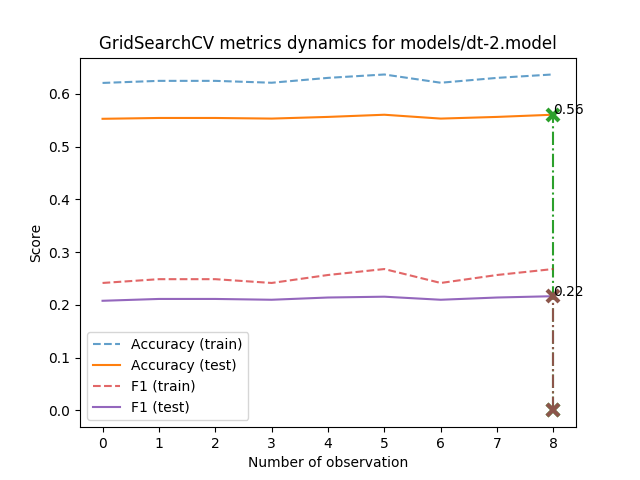
This is models/dt-2.model_metrics.png from AverHLV/diploma-computations, a Graphviz export, as it was before one commit. Its source is kept beside it as models/dt-2.model.dot.
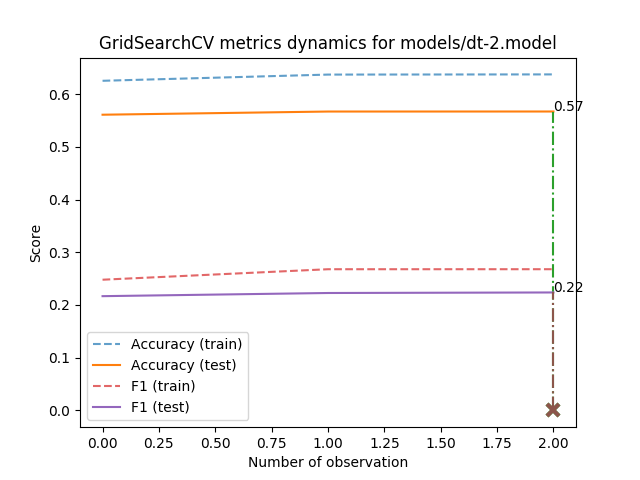
Above is the later version.

What changed in the source:
```diff
@@ -1,56 +1,56 @@
 digraph Tree {
 node [shape=box, style="filled", color="black"] ;
-0 [label="Topic <= 0.998\ngini = 0.558\nsamples = 12050\nvalue = [[30, 5162, 697, 4442, 1719]\n[320, 7297, 2441, 830, 1162]\n[141, 6553, 602, 4070, 684]\n...\n[15, 5626, 856, 3945, 1608]\n[11, 148, 62, 46, 11783]\n[17, 1989, 30, 7744, 2270]]", fillcolor="#fffdfc"] ;
-1 [label="Екогрупа <= -2.261\ngini = 0.544\nsamples = 9263\nvalue = [[26, 4626, 548, 2712, 1351]\n[274, 5765, 1741, 576, 907]\n[122, 5749, 487, 2271, 634]\n...\n[15, 4930, 457, 2504, 1357]\n[9, 129, 36, 36, 9053]\n[16, 1785, 20, 5816, 1626]]", fillcolor="#fdf7f2"] ;
+0 [label="Topic <= 0.998\ngini = 0.558\nsamples = 12050\nvalue = [[28, 5165, 718, 4400, 1739]\n[311, 7330, 2420, 806, 1183]\n[145, 6578, 592, 4043, 692]\n...\n[15, 5656, 845, 3930, 1604]\n[8, 151, 66, 50, 11775]\n[16, 2006, 26, 7797, 2205]]", fillcolor="#fffdfb"] ;
+1 [label="ОБ <= -0.236\ngini = 0.543\nsamples = 9277\nvalue = [[24, 4623, 566, 2698, 1366]\n[266, 5767, 1748, 562, 934]\n[123, 5775, 495, 2245, 639]\n...\n[15, 4928, 452, 2519, 1363]\n[7, 130, 40, 39, 9061]\n[15, 1795, 17, 5871, 1579]]", fillcolor="#fdf6f1"] ;
 0 -> 1 [labeldistance=2.5, labelangle=45, headlabel="True"] ;
-5 [label="gini = 0.491\nsamples = 478\nvalue = [[4, 111, 14, 222, 127]\n[1, 298, 69, 39, 71]\n[2, 148, 7, 270, 51]\n...\n[0, 124, 27, 203, 124]\n[0, 0, 0, 0, 478]\n[4, 22, 0, 35, 417]]", fillcolor="#f9e0ce"] ;
+5 [label="Позафракційні <= -1.95\ngini = 0.536\nsamples = 2446\nvalue = [[14, 1348, 111, 524, 449]\n[40, 1596, 278, 177, 355]\n[28, 1458, 84, 543, 333]\n...\n[7, 1238, 100, 672, 429]\n[1, 20, 8, 1, 2416]\n[8, 391, 1, 1386, 660]]", fillcolor="#fdf3ec"] ;
 1 -> 5 ;
-6 [label="ОБ <= -0.236\ngini = 0.538\nsamples = 8785\nvalue = [[22, 4515, 534, 2490, 1224]\n[273, 5467, 1672, 537, 836]\n[120, 5601, 480, 2001, 583]\n...\n[15, 4806, 430, 2301, 1233]\n[9, 129, 36, 36, 8575]\n[12, 1763, 20, 5781, 1209]]", fillcolor="#fdf4ee"] ;
+9 [label="gini = 0.414\nsamples = 208\nvalue = [[1, 26, 4, 112, 65]\n[0, 116, 29, 37, 26]\n[1, 41, 4, 122, 40]\n...\n[1, 25, 4, 105, 73]\n[0, 0, 0, 0, 208]\n[0, 4, 0, 39, 165]]", fillcolor="#f2bf9a"] ;
+5 -> 9 ;
+10 [label="ВОБ <= -0.559\ngini = 0.522\nsamples = 2238\nvalue = [[13, 1322, 107, 412, 384]\n[40, 1480, 249, 140, 329]\n[27, 1417, 80, 421, 293]\n...\n[6, 1213, 96, 567, 356]\n[1, 20, 8, 1, 2208]\n[8, 387, 1, 1347, 495]]", fillcolor="#fbede3"] ;
+5 -> 10 ;
+23 [label="gini = 0.526\nsamples = 564\nvalue = [[0, 277, 23, 139, 125]\n[11, 288, 53, 47, 165]\n[5, 312, 33, 144, 70]\n...\n[1, 264, 14, 210, 75]\n[0, 0, 0, 0, 564]\n[1, 106, 0, 360, 97]]", fillcolor="#fcefe6"] ;
+10 -> 23 ;
+24 [label="gini = 0.505\nsamples = 1674\nvalue = [[13, 1045, 84, 273, 259]\n[29, 1192, 196, 93, 164]\n[22, 1105, 47, 277, 223]\n...\n[5, 949, 82, 357, 281]\n[1, 20, 8, 1, 1644]\n[7, 281, 1, 987, 398]]", fillcolor="#fae6d8"] ;
+10 -> 24 ;
+6 [label="Topic <= -1.596\ngini = 0.534\nsamples = 6831\nvalue = [[10, 3275, 455, 2174, 917]\n[226, 4171, 1470, 385, 579]\n[95, 4317, 411, 1702, 306]\n...\n[8, 3690, 352, 1847, 934]\n[6, 110, 32, 38, 6645]\n[7, 1404, 16, 4485, 919]]", fillcolor="#fcf3ec"] ;
 1 -> 6 ;
-7 [label="НФ <= 0.032\ngini = 0.519\nsamples = 2090\nvalue = [[11, 1243, 103, 383, 350]\n[39, 1381, 233, 142, 295]\n[25, 1337, 67, 378, 283]\n...\n[9, 1176, 77, 500, 328]\n[2, 19, 9, 1, 2059]\n[6, 350, 1, 1348, 385]]", fillcolor="#fbece1"] ;
+7 [label="gini = 0.466\nsamples = 335\nvalue = [[3, 91, 60, 158, 23]\n[3, 240, 65, 11, 16]\n[0, 82, 63, 188, 2]\n...\n[1, 73, 78, 138, 45]\n[0, 25, 1, 17, 292]\n[0, 23, 0, 230, 82]]", fillcolor="#f6d5bd"] ;
 6 -> 7 ;
-21 [label="gini = 0.508\nsamples = 855\nvalue = [[0, 514, 32, 184, 125]\n[11, 609, 61, 53, 121]\n[5, 529, 20, 152, 149]\n...\n[2, 489, 19, 270, 75]\n[0, 3, 0, 0, 852]\n[2, 105, 0, 628, 120]]", fillcolor="#fae7da"] ;
-7 -> 21 ;
-22 [label="gini = 0.507\nsamples = 1235\nvalue = [[11, 729, 71, 199, 225]\n[28, 772, 172, 89, 174]\n[20, 808, 47, 226, 134]\n...\n[7, 687, 58, 230, 253]\n[2, 16, 9, 1, 1207]\n[4, 245, 1, 720, 265]]", fillcolor="#fae7d9"] ;
-7 -> 22 ;
-8 [label="Topic <= -1.596\ngini = 0.533\nsamples = 6695\nvalue = [[11, 3272, 431, 2107, 874]\n[234, 4086, 1439, 395, 541]\n[95, 4264, 413, 1623, 300]\n...\n[6, 3630, 353, 1801, 905]\n[7, 110, 27, 35, 6516]\n[6, 1413, 19, 4433, 824]]", fillcolor="#fcf2eb"] ;
+8 [label="НФ <= 0.392\ngini = 0.529\nsamples = 6496\nvalue = [[7, 3184, 395, 2016, 894]\n[223, 3931, 1405, 374, 563]\n[95, 4235, 348, 1514, 304]\n...\n[7, 3617, 274, 1709, 889]\n[6, 85, 31, 21, 6353]\n[7, 1381, 16, 4255, 837]]", fillcolor="#fcf0e8"] ;
 6 -> 8 ;
-9 [label="gini = 0.467\nsamples = 331\nvalue = [[2, 97, 53, 155, 24]\n[6, 243, 63, 10, 9]\n[0, 87, 60, 182, 2]\n...\n[1, 76, 86, 123, 45]\n[0, 24, 1, 17, 289]\n[0, 25, 0, 229, 77]]", fillcolor="#f6d6be"] ;
-8 -> 9 ;
-10 [label="НФ <= 0.753\ngini = 0.528\nsamples = 6364\nvalue = [[9, 3175, 378, 1952, 850]\n[228, 3843, 1376, 385, 532]\n[95, 4177, 353, 1441, 298]\n...\n[5, 3554, 267, 1678, 860]\n[7, 86, 26, 18, 6227]\n[6, 1388, 19, 4204, 747]]", fillcolor="#fcf0e7"] ;
-8 -> 10 ;
-15 [label="Екогрупа <= 0.281\ngini = 0.521\nsamples = 4875\nvalue = [[4, 2357, 254, 1601, 659]\n[140, 3053, 1075, 270, 337]\n[58, 3181, 258, 1140, 238]\n...\n[5, 2836, 213, 1358, 463]\n[4, 36, 18, 13, 4804]\n[4, 1094, 16, 3269, 492]]", fillcolor="#fbede2"] ;
-10 -> 15 ;
-25 [label="gini = 0.516\nsamples = 1858\nvalue = [[2, 947, 119, 498, 292]\n[66, 1229, 363, 70, 130]\n[19, 1358, 96, 333, 52]\n...\n[4, 1062, 55, 497, 240]\n[2, 27, 3, 5, 1821]\n[0, 285, 9, 1198, 366]]", fillcolor="#fbebdf"] ;
-15 -> 25 ;
-26 [label="gini = 0.516\nsamples = 3017\nvalue = [[2, 1410, 135, 1103, 367]\n[74, 1824, 712, 200, 207]\n[39, 1823, 162, 807, 186]\n...\n[1, 1774, 158, 861, 223]\n[2, 9, 15, 8, 2983]\n[4, 809, 7, 2071, 126]]", fillcolor="#fbebdf"] ;
-15 -> 26 ;
-16 [label="gini = 0.53\nsamples = 1489\nvalue = [[5, 818, 124, 351, 191]\n[88, 790, 301, 115, 195]\n[37, 996, 95, 301, 60]\n...\n[0, 718, 54, 320, 397]\n[3, 50, 8, 5, 1423]\n[2, 294, 3, 935, 255]]", fillcolor="#fcf1e9"] ;
-10 -> 16 ;
-2 [label="НФ <= -0.149\ngini = 0.525\nsamples = 2787\nvalue = [[4, 536, 149, 1730, 368]\n[46, 1532, 700, 254, 255]\n[19, 804, 115, 1799, 50]\n...\n[0, 696, 399, 1441, 251]\n[2, 19, 26, 10, 2730]\n[1, 204, 10, 1928, 644]]", fillcolor="#fcefe5"] ;
+13 [label="Екогрупа <= -1.626\ngini = 0.52\nsamples = 3944\nvalue = [[2, 1821, 190, 1343, 588]\n[114, 2501, 876, 213, 240]\n[47, 2515, 192, 973, 217]\n...\n[6, 2269, 185, 1138, 346]\n[3, 19, 14, 12, 3896]\n[4, 893, 9, 2601, 437]]", fillcolor="#fbece2"] ;
+8 -> 13 ;
+21 [label="gini = 0.465\nsamples = 161\nvalue = [[0, 41, 8, 85, 27]\n[3, 96, 30, 4, 28]\n[0, 51, 2, 108, 0]\n...\n[0, 55, 8, 69, 29]\n[0, 0, 0, 0, 161]\n[0, 10, 0, 35, 116]]", fillcolor="#f6d5bd"] ;
+13 -> 21 ;
+22 [label="gini = 0.515\nsamples = 3783\nvalue = [[2, 1780, 182, 1258, 561]\n[111, 2405, 846, 209, 212]\n[47, 2464, 190, 865, 217]\n...\n[6, 2214, 177, 1069, 317]\n[3, 19, 14, 12, 3735]\n[4, 883, 9, 2566, 321]]", fillcolor="#fbeade"] ;
+13 -> 22 ;
+14 [label="gini = 0.53\nsamples = 2552\nvalue = [[5, 1363, 205, 673, 306]\n[109, 1430, 529, 161, 323]\n[48, 1720, 156, 541, 87]\n...\n[1, 1348, 89, 571, 543]\n[3, 66, 17, 9, 2457]\n[3, 488, 7, 1654, 400]]", fillcolor="#fcf1e9"] ;
+8 -> 14 ;
+2 [label="НФ <= -0.149\ngini = 0.525\nsamples = 2773\nvalue = [[4, 542, 152, 1702, 373]\n[45, 1563, 672, 244, 249]\n[22, 803, 97, 1798, 53]\n...\n[0, 728, 393, 1411, 241]\n[1, 21, 26, 11, 2714]\n[1, 211, 9, 1926, 626]]", fillcolor="#fcefe5"] ;
 0 -> 2 [labeldistance=2.5, labelangle=-45, headlabel="False"] ;
-3 [label="Topic <= 1.016\ngini = 0.459\nsamples = 1864\nvalue = [[1, 147, 64, 1425, 227]\n[19, 980, 480, 211, 174]\n[1, 322, 50, 1468, 23]\n...\n[0, 325, 237, 1206, 96]\n[0, 1, 1, 0, 1862]\n[1, 60, 3, 1360, 440]]", fillcolor="#f6d2b9"] ;
+3 [label="Topic <= 1.016\ngini = 0.461\nsamples = 1853\nvalue = [[1, 160, 63, 1396, 233]\n[22, 991, 470, 200, 170]\n[1, 324, 42, 1460, 26]\n...\n[0, 348, 229, 1177, 99]\n[0, 3, 1, 1, 1848]\n[1, 62, 3, 1352, 435]]", fillcolor="#f6d3ba"] ;
 2 -> 3 ;
-11 [label="Воля <= -0.217\ngini = 0.349\nsamples = 558\nvalue = [[0, 1, 30, 487, 40]\n[4, 390, 10, 98, 56]\n[0, 42, 7, 509, 0]\n...\n[0, 41, 134, 343, 40]\n[0, 0, 0, 0, 558]\n[0, 0, 0, 406, 152]]", fillcolor="#eca36f"] ;
+11 [label="Воля <= -0.217\ngini = 0.351\nsamples = 545\nvalue = [[0, 3, 25, 479, 38]\n[6, 390, 8, 87, 54]\n[0, 41, 5, 499, 0]\n...\n[0, 44, 129, 332, 40]\n[0, 0, 0, 0, 545]\n[0, 1, 0, 395, 149]]", fillcolor="#eca470"] ;
 3 -> 11 ;
-23 [label="gini = 0.27\nsamples = 192\nvalue = [[0, 1, 27, 163, 1]\n[1, 102, 2, 52, 35]\n[0, 0, 1, 191, 0]\n...\n[0, 7, 8, 138, 39]\n[0, 0, 0, 0, 192]\n[0, 0, 0, 42, 150]]", fillcolor="#e58139"] ;
-11 -> 23 ;
-24 [label="gini = 0.326\nsamples = 366\nvalue = [[0, 0, 3, 324, 39]\n[3, 288, 8, 46, 21]\n[0, 42, 6, 318, 0]\n...\n[0, 34, 126, 205, 1]\n[0, 0, 0, 0, 366]\n[0, 0, 0, 364, 2]]", fillcolor="#ea995f"] ;
-11 -> 24 ;
-12 [label="Topic <= 1.421\ngini = 0.467\nsamples = 1306\nvalue = [[1, 146, 34, 938, 187]\n[15, 590, 470, 113, 118]\n[1, 280, 43, 959, 23]\n...\n[0, 284, 103, 863, 56]\n[0, 1, 1, 0, 1304]\n[1, 60, 3, 954, 288]]", fillcolor="#f6d6be"] ;
+25 [label="gini = 0.27\nsamples = 190\nvalue = [[0, 1, 22, 167, 0]\n[1, 102, 1, 51, 35]\n[0, 0, 2, 188, 0]\n...\n[0, 8, 10, 133, 39]\n[0, 0, 0, 0, 190]\n[0, 0, 0, 43, 147]]", fillcolor="#e58139"] ;
+11 -> 25 ;
+26 [label="gini = 0.327\nsamples = 355\nvalue = [[0, 2, 3, 312, 38]\n[5, 288, 7, 36, 19]\n[0, 41, 3, 311, 0]\n...\n[0, 36, 119, 199, 1]\n[0, 0, 0, 0, 355]\n[0, 1, 0, 352, 2]]", fillcolor="#ea995f"] ;
+11 -> 26 ;
+12 [label="Topic <= 1.421\ngini = 0.468\nsamples = 1308\nvalue = [[1, 157, 38, 917, 195]\n[16, 601, 462, 113, 116]\n[1, 283, 37, 961, 26]\n...\n[0, 304, 100, 845, 59]\n[0, 3, 1, 1, 1303]\n[1, 61, 3, 957, 286]]", fillcolor="#f7d6be"] ;
 3 -> 12 ;
-17 [label="gini = 0.531\nsamples = 210\nvalue = [[0, 82, 10, 77, 41]\n[6, 123, 44, 6, 31]\n[0, 121, 6, 68, 15]\n...\n[0, 96, 8, 85, 21]\n[0, 0, 1, 0, 209]\n[1, 38, 0, 118, 53]]", fillcolor="#fcf1e9"] ;
-12 -> 17 ;
-18 [label="Topic <= 1.439\ngini = 0.427\nsamples = 1096\nvalue = [[1, 64, 24, 861, 146]\n[9, 467, 426, 107, 87]\n[1, 159, 37, 891, 8]\n...\n[0, 188, 95, 778, 35]\n[0, 1, 0, 0, 1095]\n[0, 22, 3, 836, 235]]", fillcolor="#f3c5a3"] ;
-12 -> 18 ;
-19 [label="gini = 0.334\nsamples = 433\nvalue = [[0, 13, 0, 360, 60]\n[4, 91, 232, 75, 31]\n[0, 32, 0, 401, 0]\n...\n[0, 47, 28, 344, 14]\n[0, 0, 0, 0, 433]\n[0, 3, 0, 373, 57]]", fillcolor="#eb9d64"] ;
-18 -> 19 ;
-20 [label="gini = 0.442\nsamples = 663\nvalue = [[1, 51, 24, 501, 86]\n[5, 376, 194, 32, 56]\n[1, 127, 37, 490, 8]\n...\n[0, 141, 67, 434, 21]\n[0, 1, 0, 0, 662]\n[0, 19, 3, 463, 178]]", fillcolor="#f4cbad"] ;
-18 -> 20 ;
-4 [label="Topic <= 1.016\ngini = 0.563\nsamples = 923\nvalue = [[3, 389, 85, 305, 141]\n[27, 552, 220, 43, 81]\n[18, 482, 65, 331, 27]\n...\n[0, 371, 162, 235, 155]\n[2, 18, 25, 10, 868]\n[0, 144, 7, 568, 204]]", fillcolor="#ffffff"] ;
+15 [label="gini = 0.531\nsamples = 203\nvalue = [[0, 87, 11, 66, 39]\n[6, 118, 39, 7, 33]\n[1, 119, 7, 61, 15]\n...\n[0, 101, 7, 73, 22]\n[0, 2, 1, 0, 200]\n[1, 34, 0, 109, 59]]", fillcolor="#fcf1e9"] ;
+12 -> 15 ;
+16 [label="Topic <= 1.439\ngini = 0.428\nsamples = 1105\nvalue = [[1, 70, 27, 851, 156]\n[10, 483, 423, 106, 83]\n[0, 164, 30, 900, 11]\n...\n[0, 203, 93, 772, 37]\n[0, 1, 0, 1, 1103]\n[0, 27, 3, 848, 227]]", fillcolor="#f3c5a4"] ;
+12 -> 16 ;
+19 [label="gini = 0.342\nsamples = 450\nvalue = [[0, 16, 0, 364, 70]\n[5, 106, 239, 74, 26]\n[0, 38, 0, 412, 0]\n...\n[0, 52, 30, 354, 14]\n[0, 0, 0, 0, 450]\n[0, 4, 0, 388, 58]]", fillcolor="#eba069"] ;
+16 -> 19 ;
+20 [label="gini = 0.442\nsamples = 655\nvalue = [[1, 54, 27, 487, 86]\n[5, 377, 184, 32, 57]\n[0, 126, 30, 488, 11]\n...\n[0, 151, 63, 418, 23]\n[0, 1, 0, 1, 653]\n[0, 23, 3, 460, 169]]", fillcolor="#f4cbad"] ;
+16 -> 20 ;
+4 [label="Topic <= 1.016\ngini = 0.563\nsamples = 920\nvalue = [[3, 382, 89, 306, 140]\n[23, 572, 202, 44, 79]\n[21, 479, 55, 338, 27]\n...\n[0, 380, 164, 234, 142]\n[1, 18, 25, 10, 866]\n[0, 149, 6, 574, 191]]", fillcolor="#ffffff"] ;
 2 -> 4 ;
-13 [label="gini = 0.281\nsamples = 101\nvalue = [[0, 24, 22, 51, 4]\n[0, 81, 2, 7, 11]\n[0, 5, 0, 96, 0]\n...\n[0, 6, 73, 22, 0]\n[0, 0, 0, 0, 101]\n[0, 0, 0, 30, 71]]", fillcolor="#e68640"] ;
-4 -> 13 ;
-14 [label="gini = 0.558\nsamples = 822\nvalue = [[3, 365, 63, 254, 137]\n[27, 471, 218, 36, 70]\n[18, 477, 65, 235, 27]\n...\n[0, 365, 89, 213, 155]\n[2, 18, 25, 10, 767]\n[0, 144, 7, 538, 133]]", fillcolor="#fffdfc"] ;
-4 -> 14 ;
+17 [label="gini = 0.289\nsamples = 99\nvalue = [[0, 23, 25, 48, 3]\n[1, 77, 2, 7, 12]\n[0, 6, 0, 93, 0]\n...\n[0, 8, 69, 22, 0]\n[0, 0, 0, 0, 99]\n[0, 0, 0, 36, 63]]", fillcolor="#e78946"] ;
+4 -> 17 ;
+18 [label="gini = 0.559\nsamples = 821\nvalue = [[3, 359, 64, 258, 137]\n[22, 495, 200, 37, 67]\n[21, 473, 55, 245, 27]\n...\n[0, 372, 95, 212, 142]\n[1, 18, 25, 10, 767]\n[0, 149, 6, 538, 128]]", fillcolor="#fffdfc"] ;
+4 -> 18 ;
 }
```
